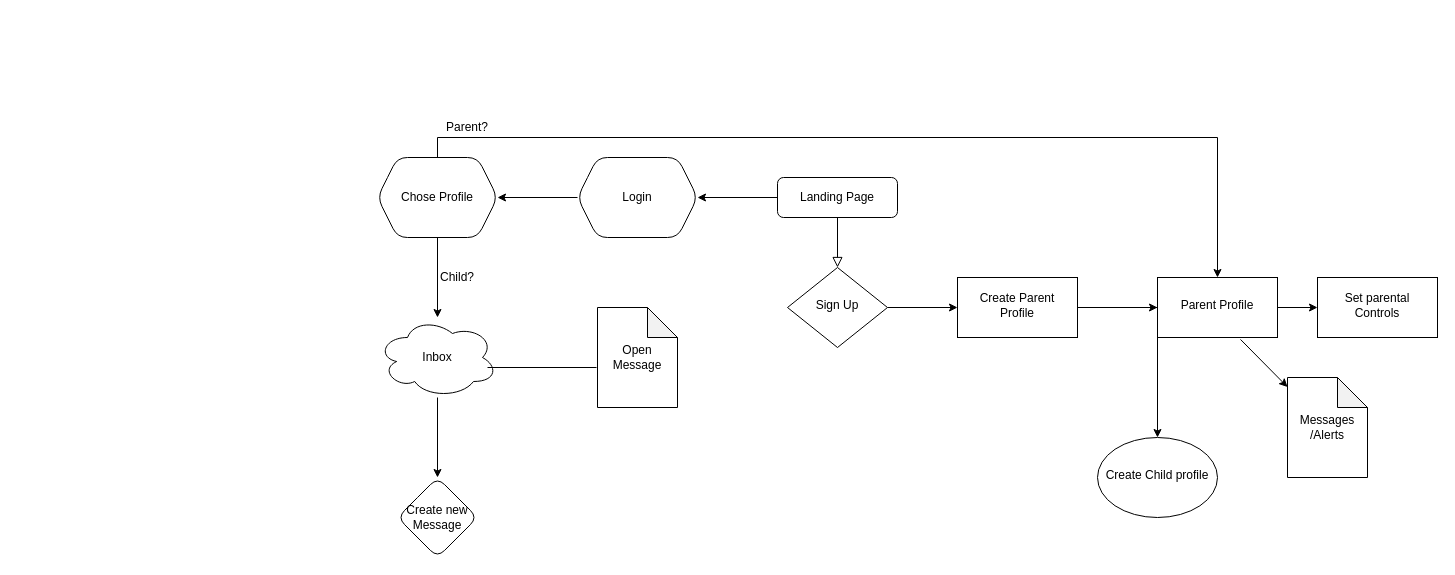
Above: Untitled Diagram.drawio in Samicap/Final-Project (draw.io), before the change. Source tidied: cells renumbered, new cells numbered last; positions are measured from the earlier drawing's top-left corner, leaving out a move shared by most shapes. Both pictures are drawn from the tidied source at 100%, with x=0, y=0 at pixel (377, 117).
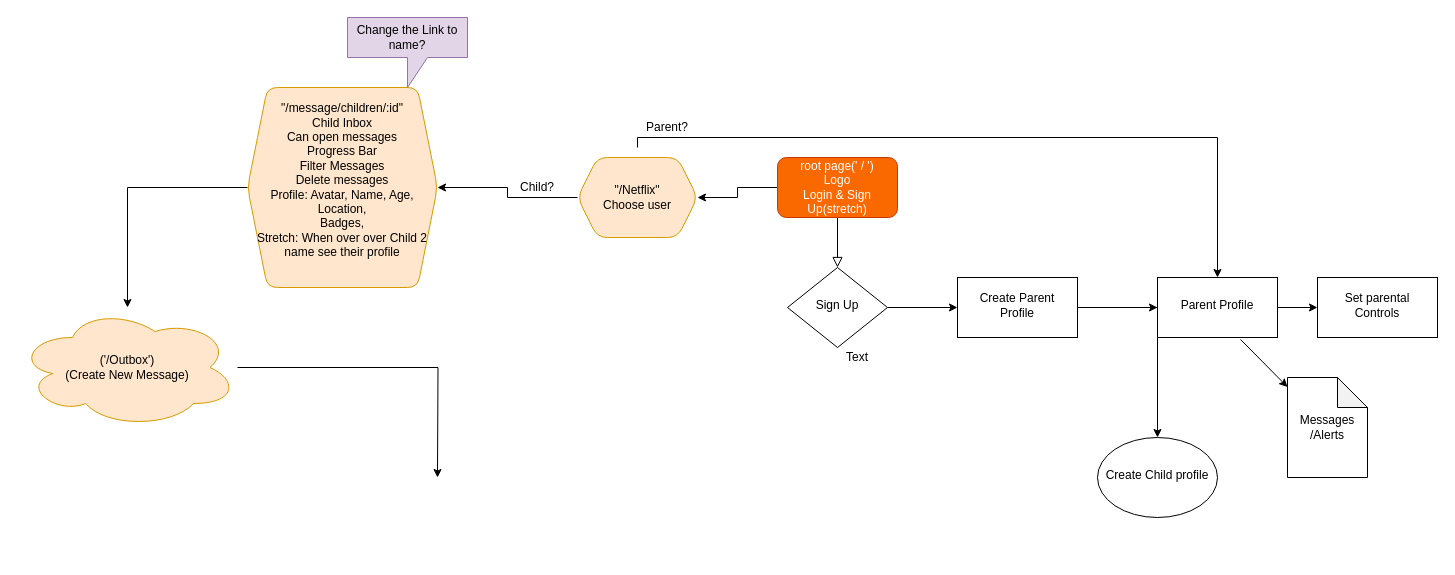
The same diagram, later.

Unchanged cells that the change refers to:
```xml
<mxCell id="11" value="Parent Profile" style="whiteSpace=wrap;html=1;shadow=0;strokeWidth=1;spacing=6;spacingTop=-4;" parent="1" vertex="1">
  <mxGeometry x="780" y="160" width="120" height="60" as="geometry" />
</mxCell>
```

The edit, as a diff of the source:
```diff
@@
-    <mxCell id="4" value="Landing Page" style="rounded=1;whiteSpace=wrap;html=1;fontSize=12;glass=0;strokeWidth=1;shadow=0;" parent="1" vertex="1">
-      <mxGeometry x="400" y="60" width="120" height="40" as="geometry" />
+    <mxCell id="4" value="&lt;div&gt;root page(' / ')&lt;/div&gt;&lt;div&gt;Logo&lt;br&gt;&lt;/div&gt;Login &amp;amp; Sign Up(stretch)" style="rounded=1;whiteSpace=wrap;html=1;fontSize=12;glass=0;strokeWidth=1;shadow=0;fillColor=#fa6800;strokeColor=#C73500;fontColor=#ffffff;" parent="1" vertex="1">
+      <mxGeometry x="400" y="40" width="120" height="60" as="geometry" />
     </mxCell>
@@
-    <mxCell id="13" value="Login" style="shape=hexagon;perimeter=hexagonPerimeter2;whiteSpace=wrap;html=1;fixedSize=1;rounded=1;shadow=0;strokeWidth=1;glass=0;" parent="1" vertex="1">
+    <mxCell id="13" value="&lt;div&gt;&quot;/Netflix&quot;&lt;/div&gt;&lt;div&gt;Choose user&lt;br&gt;&lt;/div&gt;" style="shape=hexagon;perimeter=hexagonPerimeter2;whiteSpace=wrap;html=1;fixedSize=1;rounded=1;shadow=0;strokeWidth=1;glass=0;fillColor=#ffe6cc;strokeColor=#d79b00;" parent="1" vertex="1">
       <mxGeometry x="200" y="40" width="120" height="80" as="geometry" />
     </mxCell>
@@
-    <mxCell id="15" style="edgeStyle=orthogonalEdgeStyle;rounded=0;jettySize=auto;html=1;exitX=0.5;exitY=0;exitDx=0;exitDy=0;entryX=0.5;entryY=0;entryDx=0;entryDy=0;" parent="1" edge="1" source="16" target="11">
-      <mxGeometry relative="1" as="geometry" />
+    <mxCell id="15" style="edgeStyle=orthogonalEdgeStyle;rounded=0;jettySize=auto;html=1;entryX=0.5;entryY=0;entryDx=0;entryDy=0;" parent="1" edge="1" target="11">
+      <mxGeometry relative="1" as="geometry">
+        <mxPoint x="260" y="30" as="sourcePoint" />
+        <Array as="points">
+          <mxPoint x="260" y="20" />
+          <mxPoint x="840" y="20" />
+        </Array>
+      </mxGeometry>
     </mxCell>
-    <mxCell id="16" value="Chose Profile" style="shape=hexagon;perimeter=hexagonPerimeter2;whiteSpace=wrap;html=1;fixedSize=1;rounded=1;shadow=0;strokeWidth=1;glass=0;" parent="1" vertex="1">
-      <mxGeometry y="40" width="120" height="80" as="geometry" />
+    <mxCell id="16" value="&lt;div&gt;&quot;/message/children/:id&quot; &lt;br&gt;&lt;/div&gt;&lt;div&gt;Child Inbox&lt;/div&gt;&lt;div&gt;Can open messages&lt;/div&gt;&lt;div&gt;Progress Bar&lt;/div&gt;&lt;div&gt;Filter Messages&lt;/div&gt;&lt;div&gt;Delete messages&lt;/div&gt;&lt;div&gt;Profile: Avatar, Name, Age, Location,&lt;/div&gt;&lt;div&gt;Badges,&lt;/div&gt;&lt;div&gt;Stretch: When over over Child 2 name see their profile&lt;br&gt;&lt;/div&gt;&lt;div&gt;&lt;br&gt;&lt;/div&gt;" style="shape=hexagon;perimeter=hexagonPerimeter2;whiteSpace=wrap;html=1;fixedSize=1;rounded=1;shadow=0;strokeWidth=1;glass=0;fillColor=#ffe6cc;strokeColor=#d79b00;" parent="1" vertex="1">
+      <mxGeometry x="-130" y="-30" width="190" height="200" as="geometry" />
     </mxCell>
-    <mxCell id="17" style="edgeStyle=orthogonalEdgeStyle;rounded=0;jettySize=auto;html=1;" parent="1" edge="1" source="18" target="20">
-      <mxGeometry relative="1" as="geometry" />
+    <mxCell id="17" style="edgeStyle=orthogonalEdgeStyle;rounded=0;jettySize=auto;html=1;" parent="1" edge="1" source="18">
+      <mxGeometry relative="1" as="geometry">
+        <mxPoint x="60" y="360" as="targetPoint" />
+      </mxGeometry>
     </mxCell>
-    <mxCell id="18" value="Inbox" style="ellipse;shape=cloud;whiteSpace=wrap;html=1;rounded=1;shadow=0;strokeWidth=1;glass=0;" parent="1" vertex="1">
-      <mxGeometry y="200" width="120" height="80" as="geometry" />
+    <mxCell id="18" value="&lt;div&gt;('/Outbox')&lt;/div&gt;&lt;div&gt;(Create New Message)&lt;br&gt;&lt;/div&gt;" style="ellipse;shape=cloud;whiteSpace=wrap;html=1;rounded=1;shadow=0;strokeWidth=1;glass=0;fillColor=#ffe6cc;strokeColor=#d79b00;" parent="1" vertex="1">
+      <mxGeometry x="-360" y="190" width="220" height="120" as="geometry" />
     </mxCell>
-    <mxCell id="19" value="Open Message" style="shape=note;whiteSpace=wrap;html=1;backgroundOutline=1;darkOpacity=0.05;rounded=1;shadow=0;strokeWidth=1;glass=0;" parent="1" vertex="1">
-      <mxGeometry x="220" y="190" width="80" height="100" as="geometry" />
-    </mxCell>
-    <mxCell id="20" value="Create new Message" style="rhombus;whiteSpace=wrap;html=1;rounded=1;shadow=0;strokeWidth=1;glass=0;" parent="1" vertex="1">
-      <mxGeometry x="20" y="360" width="80" height="80" as="geometry" />
-    </mxCell>
@@
     <mxCell id="23" value="Child?" style="text;html=1;strokeColor=none;fillColor=none;align=center;verticalAlign=middle;whiteSpace=wrap;rounded=0;" parent="1" vertex="1">
-      <mxGeometry x="60" y="150" width="40" height="20" as="geometry" />
+      <mxGeometry x="140" y="60" width="40" height="20" as="geometry" />
     </mxCell>
     <mxCell id="24" value="Parent?" style="text;html=1;strokeColor=none;fillColor=none;align=center;verticalAlign=middle;whiteSpace=wrap;rounded=0;" parent="1" vertex="1">
-      <mxGeometry x="70" width="40" height="20" as="geometry" />
+      <mxGeometry x="270" width="40" height="20" as="geometry" />
     </mxCell>
@@
-    <mxCell id="27" style="endArrow=none;html=1;entryX=-0.012;entryY=0.6;entryDx=0;entryDy=0;entryPerimeter=0;" parent="1" edge="1" target="19">
-      <mxGeometry relative="1" as="geometry">
-        <mxPoint x="110" y="250" as="sourcePoint" />
-      </mxGeometry>
-    </mxCell>
+    <mxCell id="28" value="Text" style="text;html=1;strokeColor=none;fillColor=none;align=center;verticalAlign=middle;whiteSpace=wrap;rounded=0;" parent="1" vertex="1">
+      <mxGeometry x="460" y="230" width="40" height="20" as="geometry" />
+    </mxCell>
+    <mxCell id="29" value="Change the Link to name?" style="shape=callout;whiteSpace=wrap;html=1;perimeter=calloutPerimeter;fillColor=#e1d5e7;strokeColor=#9673a6;" parent="1" vertex="1">
+      <mxGeometry x="-30" y="-100" width="120" height="70" as="geometry" />
+    </mxCell>
```
